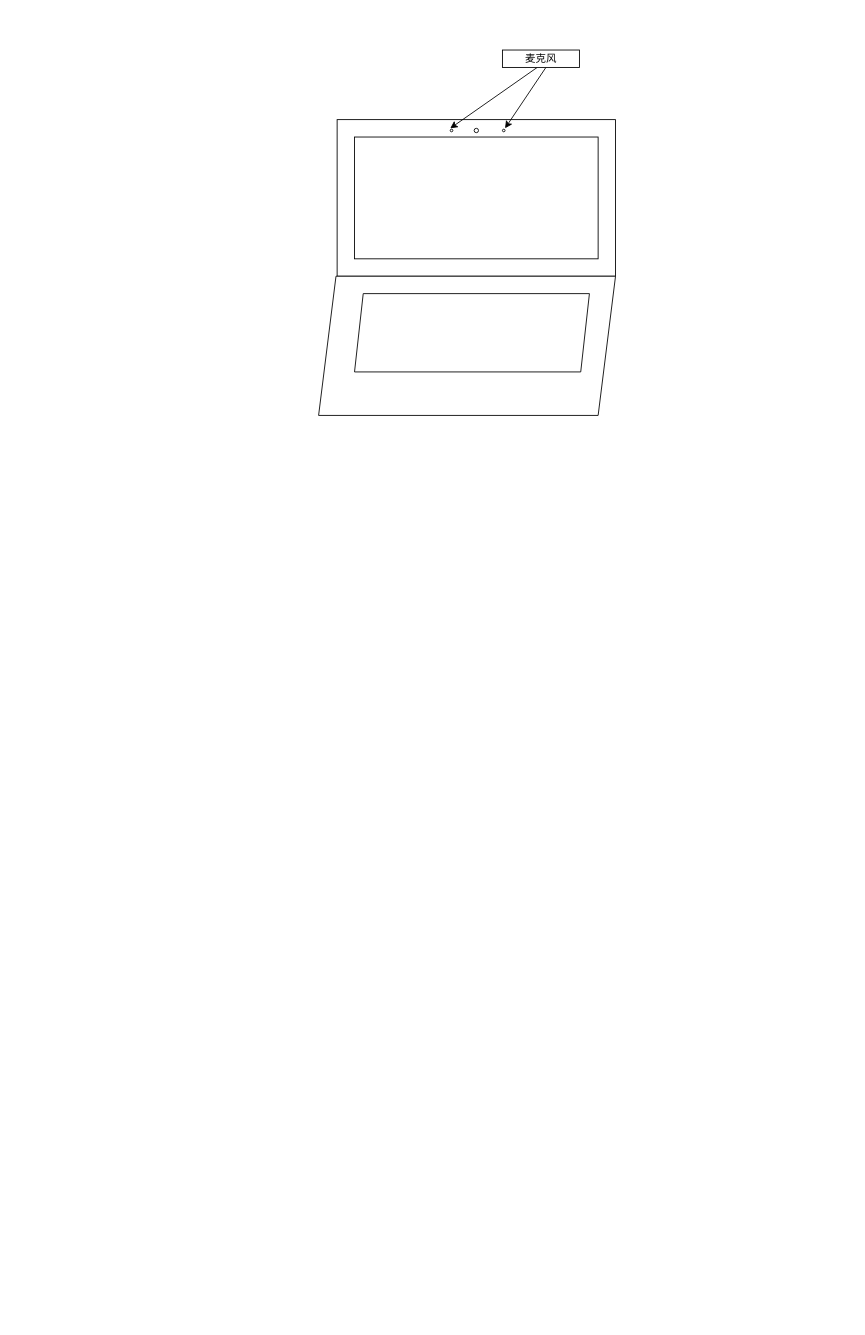
furuterikka/lyra keeps this draw.io diagram as 未命名绘图.drawio. Above is the earlier version. Source tidied: cells renumbered, new cells numbered last; positions are measured from the earlier drawing's top-left corner, leaving out a move shared by most shapes. Both pictures are drawn from the tidied source at 87%, with x=0, y=0 at pixel (15, 15).
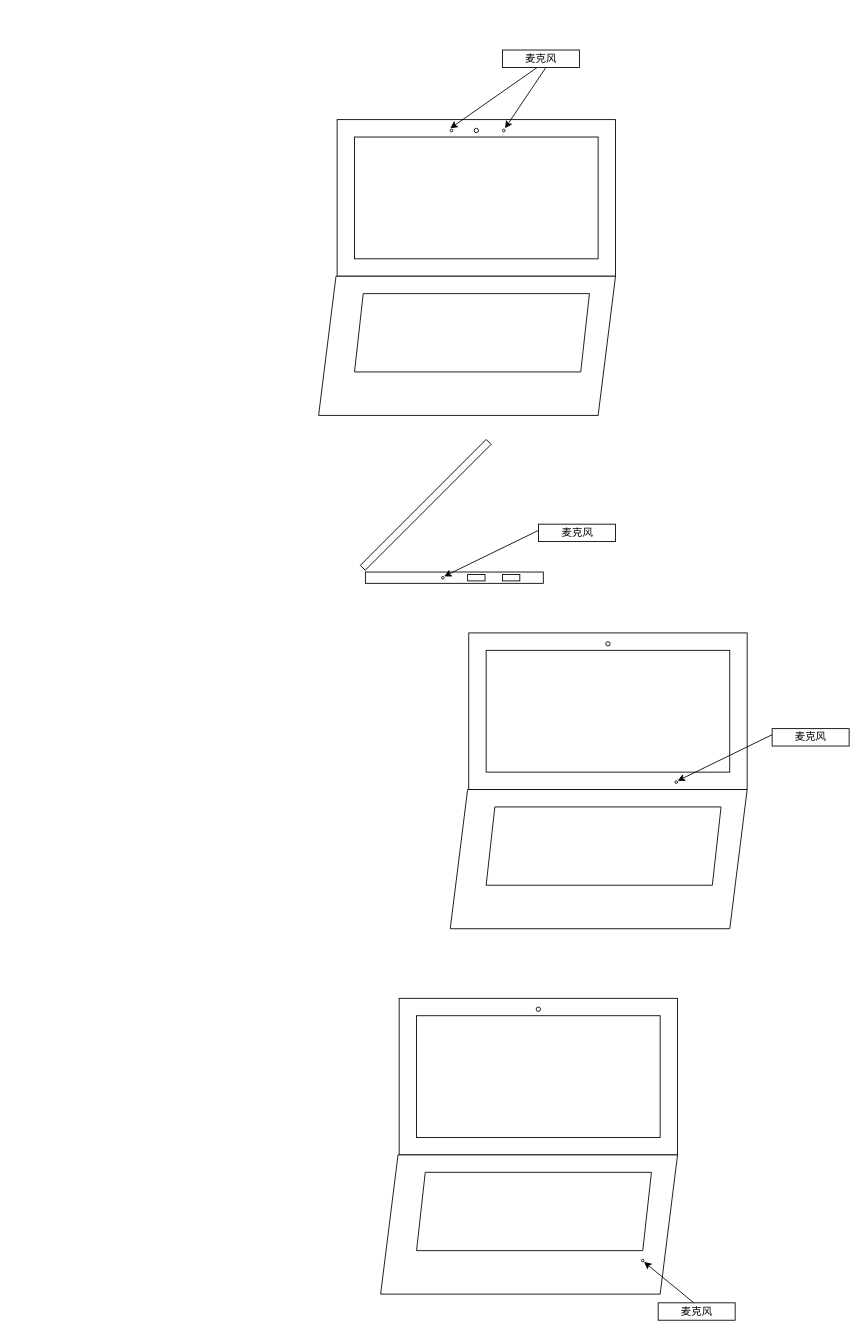
Above is the later version.

Commit message (it also covers changes not shown here):
更新未命名绘图.drawio

What changed in the source:
```diff
@@
+    <mxCell id="13" style="rounded=0;whiteSpace=wrap;html=1;strokeWidth=1;" parent="1" vertex="1">
+      <mxGeometry x="441.3" y="1130" width="320" height="180" as="geometry" />
+    </mxCell>
+    <mxCell id="14" style="rounded=0;whiteSpace=wrap;html=1;strokeWidth=1;" parent="1" vertex="1">
+      <mxGeometry x="461.3" y="1150" width="280" height="140" as="geometry" />
+    </mxCell>
+    <mxCell id="15" style="ellipse;whiteSpace=wrap;html=1;" parent="1" vertex="1">
+      <mxGeometry x="598.8" y="1140" width="5" height="5" as="geometry" />
+    </mxCell>
+    <mxCell id="16" style="shape=parallelogram;perimeter=parallelogramPerimeter;whiteSpace=wrap;html=1;fixedSize=1;rotation=0;" parent="1" vertex="1">
+      <mxGeometry x="420" y="1310" width="341.3" height="160" as="geometry" />
+    </mxCell>
+    <mxCell id="17" style="endArrow=none;html=1;rounded=0;" parent="1" edge="1">
+      <mxGeometry relative="1" as="geometry">
+        <mxPoint x="471.3" y="1330" as="sourcePoint" />
+        <mxPoint x="471.3" y="1330" as="targetPoint" />
+        <Array as="points">
+          <mxPoint x="461.3" y="1420" />
+          <mxPoint x="721.3" y="1420" />
+          <mxPoint x="731.3" y="1330" />
+        </Array>
+      </mxGeometry>
+    </mxCell>
+    <mxCell id="18" style="endArrow=classic;html=1;rounded=0;" parent="1" edge="1">
+      <mxGeometry relative="1" as="geometry">
+        <mxPoint x="780" y="1480" as="sourcePoint" />
+        <mxPoint x="722.8" y="1433" as="targetPoint" />
+      </mxGeometry>
+    </mxCell>
+    <mxCell id="19" value="麦克风" style="rounded=0;whiteSpace=wrap;html=1;" parent="1" vertex="1">
+      <mxGeometry x="739" y="1480" width="88.5" height="20" as="geometry" />
+    </mxCell>
+    <mxCell id="20" style="ellipse;whiteSpace=wrap;html=1;" parent="1" vertex="1">
+      <mxGeometry x="719.8" y="1430" width="3" height="3" as="geometry" />
+    </mxCell>
+    <mxCell id="21" style="rounded=0;whiteSpace=wrap;html=1;strokeWidth=1;" parent="1" vertex="1">
+      <mxGeometry x="521.3" y="710" width="320" height="180" as="geometry" />
+    </mxCell>
+    <mxCell id="22" style="rounded=0;whiteSpace=wrap;html=1;strokeWidth=1;" parent="1" vertex="1">
+      <mxGeometry x="541.3" y="730" width="280" height="140" as="geometry" />
+    </mxCell>
+    <mxCell id="23" style="ellipse;whiteSpace=wrap;html=1;" parent="1" vertex="1">
+      <mxGeometry x="678.8" y="720" width="5" height="5" as="geometry" />
+    </mxCell>
+    <mxCell id="24" style="shape=parallelogram;perimeter=parallelogramPerimeter;whiteSpace=wrap;html=1;fixedSize=1;rotation=0;" parent="1" vertex="1">
+      <mxGeometry x="500" y="890" width="341.3" height="160" as="geometry" />
+    </mxCell>
+    <mxCell id="25" style="endArrow=none;html=1;rounded=0;" parent="1" edge="1">
+      <mxGeometry relative="1" as="geometry">
+        <mxPoint x="551.3" y="910" as="sourcePoint" />
+        <mxPoint x="551.3" y="910" as="targetPoint" />
+        <Array as="points">
+          <mxPoint x="541.3" y="1000" />
+          <mxPoint x="801.3" y="1000" />
+          <mxPoint x="811.3" y="910" />
+        </Array>
+      </mxGeometry>
+    </mxCell>
+    <mxCell id="26" style="endArrow=classic;html=1;rounded=0;" parent="1" edge="1">
+      <mxGeometry relative="1" as="geometry">
+        <mxPoint x="870" y="827" as="sourcePoint" />
+        <mxPoint x="761.3" y="880" as="targetPoint" />
+      </mxGeometry>
+    </mxCell>
+    <mxCell id="27" value="麦克风" style="rounded=0;whiteSpace=wrap;html=1;" parent="1" vertex="1">
+      <mxGeometry x="870" y="820" width="88.5" height="20" as="geometry" />
+    </mxCell>
+    <mxCell id="28" style="ellipse;whiteSpace=wrap;html=1;" parent="1" vertex="1">
+      <mxGeometry x="758.3" y="880" width="3" height="3" as="geometry" />
+    </mxCell>
+    <mxCell id="29" style="rounded=0;whiteSpace=wrap;html=1;rotation=-45;" parent="1" vertex="1">
+      <mxGeometry x="369.5" y="558.8" width="204.6" height="8" as="geometry" />
+    </mxCell>
+    <mxCell id="30" style="rounded=0;whiteSpace=wrap;html=1;" parent="1" vertex="1">
+      <mxGeometry x="402.5" y="640" width="204.5" height="13" as="geometry" />
+    </mxCell>
+    <mxCell id="31" style="ellipse;whiteSpace=wrap;html=1;" parent="1" vertex="1">
+      <mxGeometry x="490" y="645" width="3" height="3" as="geometry" />
+    </mxCell>
+    <mxCell id="32" style="rounded=0;whiteSpace=wrap;html=1;" parent="1" vertex="1">
+      <mxGeometry x="520" y="642.9" width="20" height="7.3" as="geometry" />
+    </mxCell>
+    <mxCell id="33" style="rounded=0;whiteSpace=wrap;html=1;" parent="1" vertex="1">
+      <mxGeometry x="560" y="642.9" width="20" height="7.3" as="geometry" />
+    </mxCell>
+    <mxCell id="34" style="endArrow=classic;html=1;rounded=0;" parent="1" edge="1">
+      <mxGeometry relative="1" as="geometry">
+        <mxPoint x="601.7" y="592" as="sourcePoint" />
+        <mxPoint x="493" y="645" as="targetPoint" />
+      </mxGeometry>
+    </mxCell>
+    <mxCell id="35" value="麦克风" style="rounded=0;whiteSpace=wrap;html=1;" parent="1" vertex="1">
+      <mxGeometry x="601.5" y="585" width="88.5" height="20" as="geometry" />
+    </mxCell>
```
